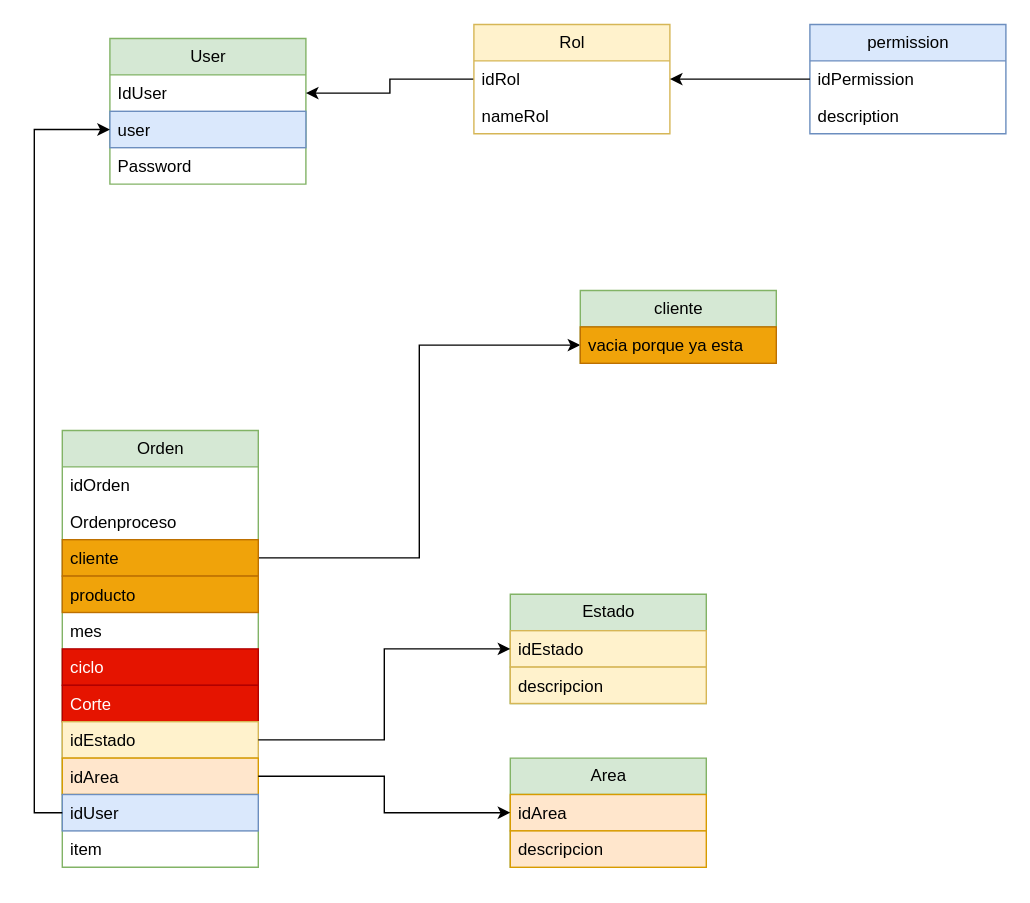
Earlier version of the draw.io diagram Diagrama sin título.drawio (archimart/ProyectoOrden). Source tidied: cells renumbered, new cells numbered last; positions are measured from the earlier drawing's top-left corner, leaving out a move shared by most shapes. Both pictures are drawn from the tidied source at 140%, with x=0, y=0 at pixel (62, 24).
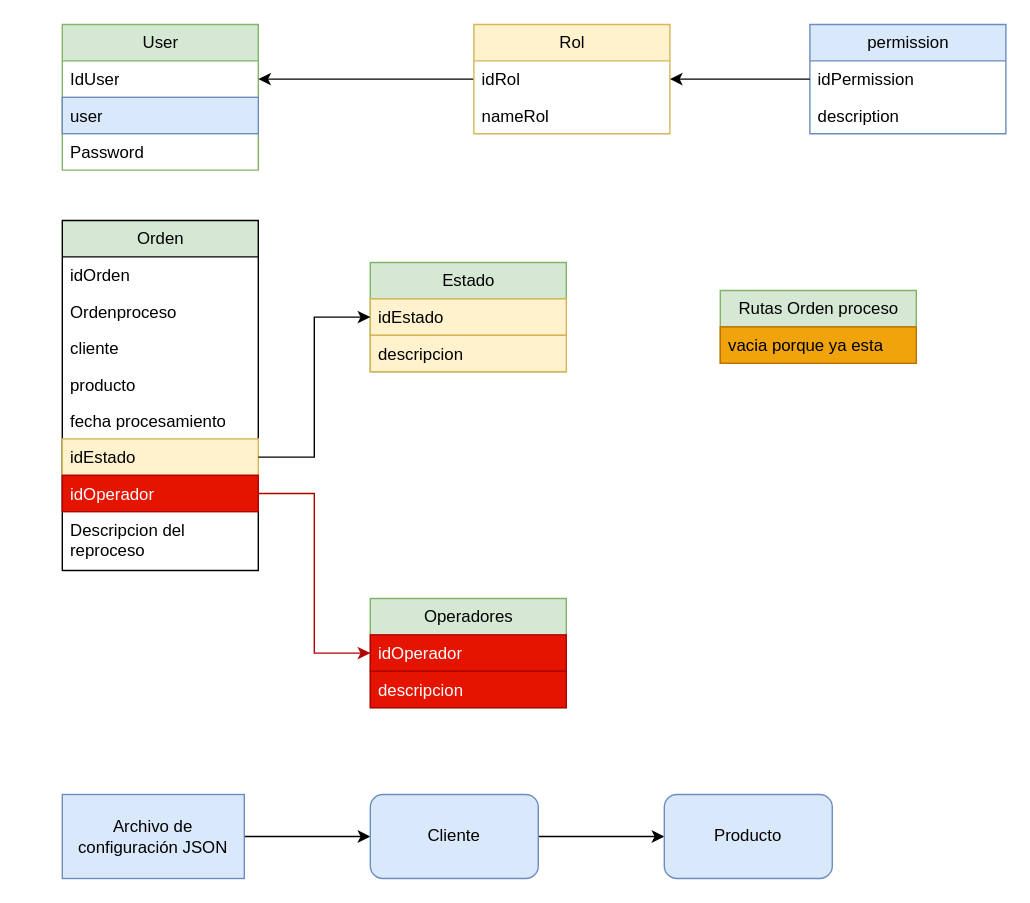
After the change.

Unchanged cells that the change refers to:
```xml
<mxCell id="4" value="user" style="text;strokeColor=#6c8ebf;fillColor=#dae8fc;align=left;verticalAlign=top;spacingLeft=4;spacingRight=4;overflow=hidden;points=[[0,0.5],[1,0.5]];portConstraint=eastwest;whiteSpace=wrap;html=1;" parent="2" vertex="1">
  <mxGeometry y="52" width="140" height="26" as="geometry" />
</mxCell>
<mxCell id="28" value="vacia porque ya esta" style="text;strokeColor=#BD7000;fillColor=#f0a30a;align=left;verticalAlign=top;spacingLeft=4;spacingRight=4;overflow=hidden;points=[[0,0.5],[1,0.5]];portConstraint=eastwest;whiteSpace=wrap;html=1;fontColor=#000000;" parent="27" vertex="1">
  <mxGeometry y="26" width="140" height="26" as="geometry" />
</mxCell>
```

Diff of the diagram source:
```diff
@@
     <mxCell id="2" value="User" style="swimlane;fontStyle=0;horizontal=1;startSize=26;fillColor=#d5e8d4;html=1;strokeColor=#82b366;" parent="1" vertex="1">
-      <mxGeometry x="34" y="10" width="140" height="104" as="geometry" />
+      <mxGeometry width="140" height="104" as="geometry" />
     </mxCell>
@@
-    <mxCell id="14" style="edgeStyle=orthogonalEdgeStyle;rounded=0;jettySize=auto;html=1;" parent="1" edge="1" source="18" target="28">
-      <mxGeometry relative="1" as="geometry" />
-    </mxCell>
-    <mxCell id="15" value="Orden" style="swimlane;fontStyle=0;horizontal=1;startSize=26;fillColor=#d5e8d4;html=1;strokeColor=#82b366;" parent="1" vertex="1">
-      <mxGeometry y="290" width="140" height="312" as="geometry" />
+    <mxCell id="15" value="Orden" style="swimlane;fontStyle=0;horizontal=1;startSize=26;html=1;fillColor=#d5e8d4;" parent="1" vertex="1">
+      <mxGeometry y="140" width="140" height="250" as="geometry" />
     </mxCell>
@@
-    <mxCell id="18" value="cliente" style="text;align=left;verticalAlign=top;spacingLeft=4;spacingRight=4;overflow=hidden;points=[[0,0.5],[1,0.5]];portConstraint=eastwest;whiteSpace=wrap;html=1;fillColor=#f0a30a;fontColor=#000000;strokeColor=#BD7000;" parent="15" vertex="1">
+    <mxCell id="18" value="cliente" style="text;align=left;verticalAlign=top;spacingLeft=4;spacingRight=4;overflow=hidden;points=[[0,0.5],[1,0.5]];portConstraint=eastwest;whiteSpace=wrap;html=1;" parent="15" vertex="1">
       <mxGeometry y="78" width="140" height="26" as="geometry" />
     </mxCell>
-    <mxCell id="19" value="producto" style="text;align=left;verticalAlign=top;spacingLeft=4;spacingRight=4;overflow=hidden;whiteSpace=wrap;html=1;fillColor=#f0a30a;fontColor=#000000;strokeColor=#BD7000;" parent="15" vertex="1">
+    <mxCell id="19" value="producto" style="text;align=left;verticalAlign=top;spacingLeft=4;spacingRight=4;overflow=hidden;whiteSpace=wrap;html=1;" parent="15" vertex="1">
       <mxGeometry y="104" width="140" height="26" as="geometry" />
     </mxCell>
-    <mxCell id="20" value="mes" style="text;align=left;verticalAlign=top;spacingLeft=4;spacingRight=4;overflow=hidden;whiteSpace=wrap;html=1;" parent="15" vertex="1">
+    <mxCell id="20" value="fecha procesamiento" style="text;align=left;verticalAlign=top;spacingLeft=4;spacingRight=4;overflow=hidden;whiteSpace=wrap;html=1;" parent="15" vertex="1">
       <mxGeometry y="130" width="140" height="26" as="geometry" />
     </mxCell>
-    <mxCell id="21" value="ciclo" style="text;strokeColor=#B20000;fillColor=#e51400;align=left;verticalAlign=top;spacingLeft=4;spacingRight=4;overflow=hidden;whiteSpace=wrap;html=1;fontColor=#ffffff;" parent="15" vertex="1">
-      <mxGeometry y="156" width="140" height="26" as="geometry" />
-    </mxCell>
-    <mxCell id="22" value="Corte" style="text;strokeColor=#B20000;fillColor=#e51400;align=left;verticalAlign=top;spacingLeft=4;spacingRight=4;overflow=hidden;whiteSpace=wrap;html=1;fontColor=#ffffff;" parent="15" vertex="1">
-      <mxGeometry y="182" width="140" height="26" as="geometry" />
-    </mxCell>
     <mxCell id="23" value="idEstado" style="text;strokeColor=#d6b656;fillColor=#fff2cc;align=left;verticalAlign=top;spacingLeft=4;spacingRight=4;overflow=hidden;points=[[0,0.5],[1,0.5]];portConstraint=eastwest;whiteSpace=wrap;html=1;" parent="15" vertex="1">
-      <mxGeometry y="208" width="140" height="26" as="geometry" />
+      <mxGeometry y="156" width="140" height="26" as="geometry" />
     </mxCell>
-    <mxCell id="24" value="idArea" style="text;strokeColor=#d79b00;fillColor=#ffe6cc;align=left;verticalAlign=top;spacingLeft=4;spacingRight=4;overflow=hidden;points=[[0,0.5],[1,0.5]];portConstraint=eastwest;whiteSpace=wrap;html=1;" parent="15" vertex="1">
-      <mxGeometry y="234" width="140" height="26" as="geometry" />
-    </mxCell>
-    <mxCell id="25" value="idUser" style="text;strokeColor=#6c8ebf;fillColor=#dae8fc;align=left;verticalAlign=top;spacingLeft=4;spacingRight=4;overflow=hidden;points=[[0,0.5],[1,0.5]];portConstraint=eastwest;whiteSpace=wrap;html=1;" parent="15" vertex="1">
-      <mxGeometry y="260" width="140" height="26" as="geometry" />
+    <mxCell id="25" value="idOperador" style="text;strokeColor=#B20000;fillColor=#e51400;align=left;verticalAlign=top;spacingLeft=4;spacingRight=4;overflow=hidden;points=[[0,0.5],[1,0.5]];portConstraint=eastwest;whiteSpace=wrap;html=1;fontColor=#ffffff;" parent="15" vertex="1">
+      <mxGeometry y="182" width="140" height="26" as="geometry" />
     </mxCell>
-    <mxCell id="26" value="item" style="text;strokeColor=none;fillColor=none;align=left;verticalAlign=top;spacingLeft=4;spacingRight=4;overflow=hidden;whiteSpace=wrap;html=1;" parent="15" vertex="1">
-      <mxGeometry y="286" width="140" height="26" as="geometry" />
-    </mxCell>
+    <mxCell id="38" value="Descripcion del reproceso" style="text;align=left;verticalAlign=top;spacingLeft=4;spacingRight=4;overflow=hidden;whiteSpace=wrap;html=1;" parent="15" vertex="1">
+      <mxGeometry y="208" width="140" height="42" as="geometry" />
+    </mxCell>
-    <mxCell id="27" value="cliente" style="swimlane;fontStyle=0;horizontal=1;startSize=26;fillColor=#d5e8d4;html=1;strokeColor=#82b366;" parent="1" vertex="1">
-      <mxGeometry x="370" y="190" width="140" height="52" as="geometry" />
+    <mxCell id="27" value="Rutas Orden proceso" style="swimlane;fontStyle=0;horizontal=1;startSize=26;fillColor=#d5e8d4;html=1;strokeColor=#82b366;" parent="1" vertex="1">
+      <mxGeometry x="470" y="190" width="140" height="52" as="geometry" />
     </mxCell>
@@
     <mxCell id="29" value="Estado" style="swimlane;fontStyle=0;horizontal=1;startSize=26;fillColor=#d5e8d4;html=1;strokeColor=#82b366;" parent="1" vertex="1">
-      <mxGeometry x="320" y="407" width="140" height="78" as="geometry" />
+      <mxGeometry x="220" y="170" width="140" height="78" as="geometry" />
     </mxCell>
@@
-    <mxCell id="33" value="Area" style="swimlane;fontStyle=0;horizontal=1;startSize=26;fillColor=#d5e8d4;html=1;strokeColor=#82b366;" parent="1" vertex="1">
-      <mxGeometry x="320" y="524" width="140" height="78" as="geometry" />
-    </mxCell>
-    <mxCell id="34" value="idArea" style="text;strokeColor=#d79b00;fillColor=#ffe6cc;align=left;verticalAlign=top;spacingLeft=4;spacingRight=4;overflow=hidden;whiteSpace=wrap;html=1;" parent="33" vertex="1">
-      <mxGeometry y="26" width="140" height="26" as="geometry" />
-    </mxCell>
+    <mxCell id="39" value="Operadores" style="swimlane;fontStyle=0;horizontal=1;startSize=26;fillColor=#d5e8d4;html=1;strokeColor=#82b366;gradientColor=#d5e8d4;" parent="1" vertex="1">
+      <mxGeometry x="220" y="410" width="140" height="78" as="geometry" />
+    </mxCell>
+    <mxCell id="40" value="idOperador" style="text;strokeColor=#B20000;fillColor=#e51400;align=left;verticalAlign=top;spacingLeft=4;spacingRight=4;overflow=hidden;whiteSpace=wrap;html=1;fontColor=#ffffff;" parent="39" vertex="1">
+      <mxGeometry y="26" width="140" height="26" as="geometry" />
+    </mxCell>
-    <mxCell id="35" value="descripcion" style="text;strokeColor=#d79b00;fillColor=#ffe6cc;align=left;verticalAlign=top;spacingLeft=4;spacingRight=4;overflow=hidden;whiteSpace=wrap;html=1;" parent="33" vertex="1">
+    <mxCell id="35" value="descripcion" style="text;strokeColor=#B20000;fillColor=#e51400;align=left;verticalAlign=top;spacingLeft=4;spacingRight=4;overflow=hidden;whiteSpace=wrap;html=1;fontColor=#ffffff;" parent="39" vertex="1">
       <mxGeometry y="52" width="140" height="26" as="geometry" />
     </mxCell>
-    <mxCell id="36" style="edgeStyle=orthogonalEdgeStyle;rounded=0;jettySize=auto;html=1;entryX=0;entryY=0.5;entryDx=0;entryDy=0;" parent="1" edge="1" source="24" target="33">
-      <mxGeometry relative="1" as="geometry" />
-    </mxCell>
-    <mxCell id="37" style="edgeStyle=orthogonalEdgeStyle;rounded=0;jettySize=auto;html=1;exitX=0;exitY=0.5;exitDx=0;exitDy=0;entryX=0;entryY=0.5;entryDx=0;entryDy=0;" parent="1" edge="1" source="25" target="4">
-      <mxGeometry relative="1" as="geometry" />
-    </mxCell>
+    <mxCell id="41" style="edgeStyle=orthogonalEdgeStyle;rounded=0;jettySize=auto;html=1;exitX=1;exitY=0.5;exitDx=0;exitDy=0;entryX=0;entryY=0.5;entryDx=0;entryDy=0;fillColor=#e51400;strokeColor=#B20000;" parent="1" edge="1" source="25" target="39">
+      <mxGeometry relative="1" as="geometry" />
+    </mxCell>
+    <mxCell id="42" style="edgeStyle=orthogonalEdgeStyle;rounded=0;jettySize=auto;html=1;" parent="1" edge="1" source="43" target="45">
+      <mxGeometry relative="1" as="geometry" />
+    </mxCell>
+    <mxCell id="43" value="Archivo de configuración JSON" style="rounded=1;whiteSpace=wrap;html=1;fillColor=#dae8fc;strokeColor=#6c8ebf;arcSize=0;" parent="1" vertex="1">
+      <mxGeometry y="550" width="130" height="60" as="geometry" />
+    </mxCell>
+    <mxCell id="44" style="edgeStyle=orthogonalEdgeStyle;rounded=0;jettySize=auto;html=1;" parent="1" edge="1" source="45" target="46">
+      <mxGeometry relative="1" as="geometry" />
+    </mxCell>
+    <mxCell id="45" value="Cliente" style="rounded=1;whiteSpace=wrap;html=1;fillColor=#dae8fc;strokeColor=#6c8ebf;" parent="1" vertex="1">
+      <mxGeometry x="220" y="550" width="120" height="60" as="geometry" />
+    </mxCell>
+    <mxCell id="46" value="Producto" style="rounded=1;whiteSpace=wrap;html=1;fillColor=#dae8fc;strokeColor=#6c8ebf;" parent="1" vertex="1">
+      <mxGeometry x="430" y="550" width="120" height="60" as="geometry" />
+    </mxCell>
```
